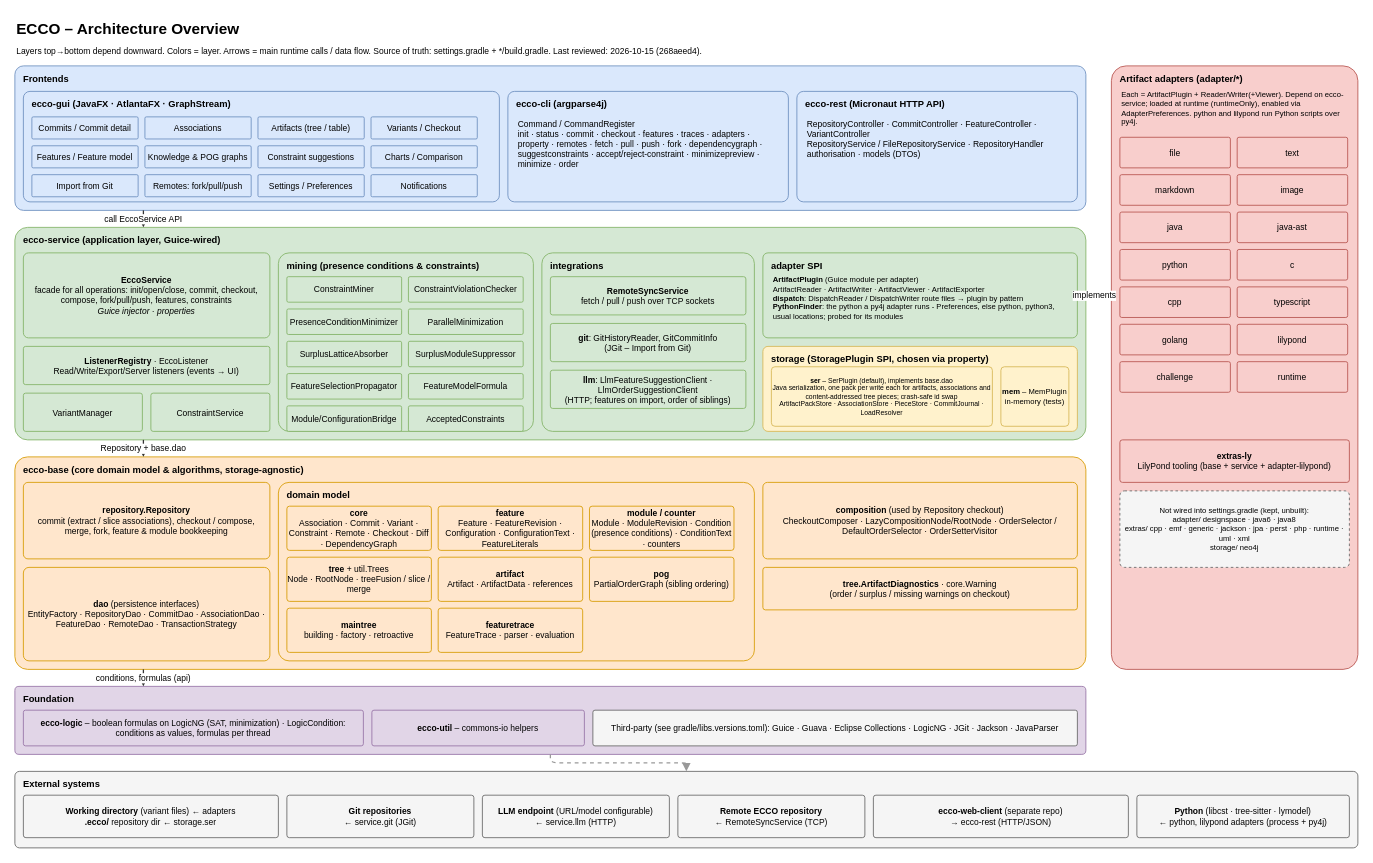
Above: page "Architecture" (1 of 2) of doc/ecco-architecture.drawio in jku-isse/ecco (draw.io), before the change. Source tidied: cells renumbered, new cells numbered last; positions are measured from the earlier drawing's top-left corner, leaving out a move shared by most shapes. Both pictures are drawn from the tidied source at 85%, with x=0, y=0 at pixel (14, 14).
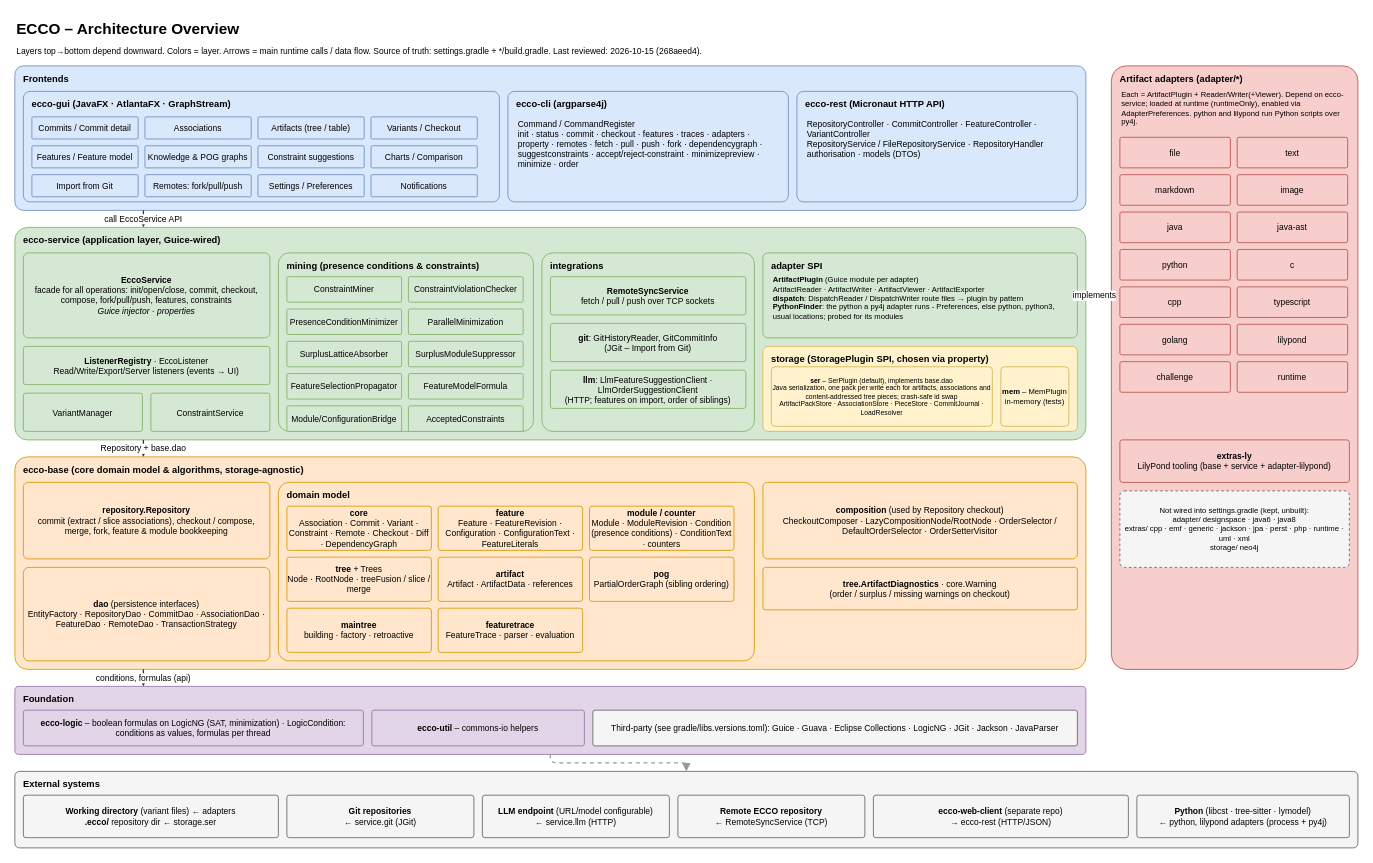
Above is the later version.

Unchanged cells that the change refers to:
```xml
<mxCell id="50" value="domain model" style="rounded=1;whiteSpace=wrap;html=1;fillColor=#ffe6cc;strokeColor=#d79b00;fontSize=11;arcSize=6;verticalAlign=top;align=left;spacingLeft=8;spacingTop=2;fontStyle=1;" parent="47" vertex="1">
  <mxGeometry x="310" y="30" width="560" height="210" as="geometry" />
</mxCell>
```

What changed in the source:
```diff
@@
-    <mxCell id="54" value="&lt;b&gt;tree&lt;/b&gt; + util.Trees&lt;br&gt;Node · RootNode · treeFusion / slice / merge" style="rounded=1;whiteSpace=wrap;html=1;fillColor=#ffe6cc;strokeColor=#d79b00;fontSize=10;arcSize=6;align=center;" parent="50" vertex="1">
+    <mxCell id="54" value="&lt;b&gt;tree&lt;/b&gt; + Trees&lt;br&gt;Node · RootNode · treeFusion / slice / merge" style="rounded=1;whiteSpace=wrap;html=1;fillColor=#ffe6cc;strokeColor=#d79b00;fontSize=10;arcSize=6;align=center;" parent="50" vertex="1">
       <mxGeometry x="10" y="88" width="170" height="52" as="geometry" />
     </mxCell>
```
